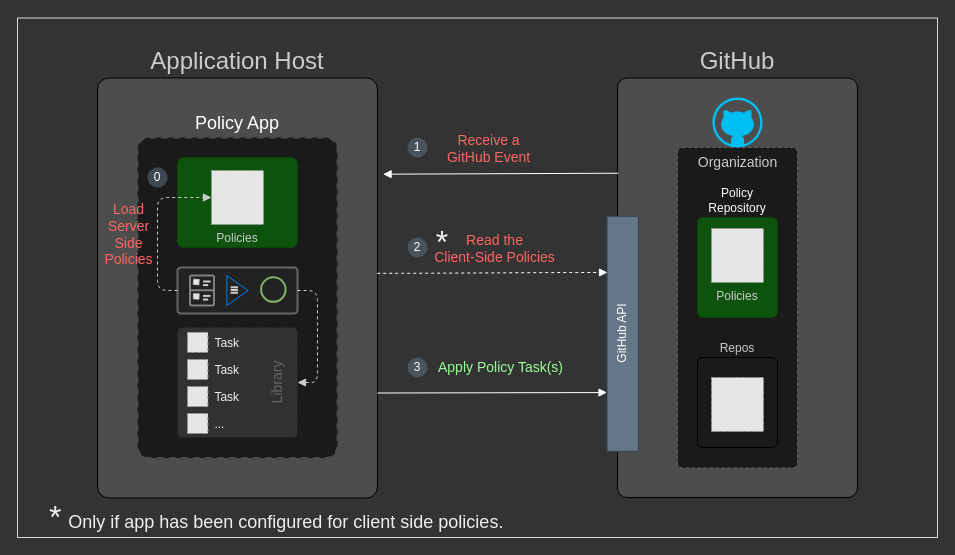
Before: docs/images/concept.drawio in jefeish/github-regulator, a draw.io diagram. Source tidied: cells renumbered, new cells numbered last; positions are measured from the earlier drawing's top-left corner, leaving out a move shared by most shapes. Both pictures are drawn from the tidied source at 100%, with x=0, y=0 at pixel (17, 17). Pictures stored in the file or linked from it are replaced by grey dashed boxes.
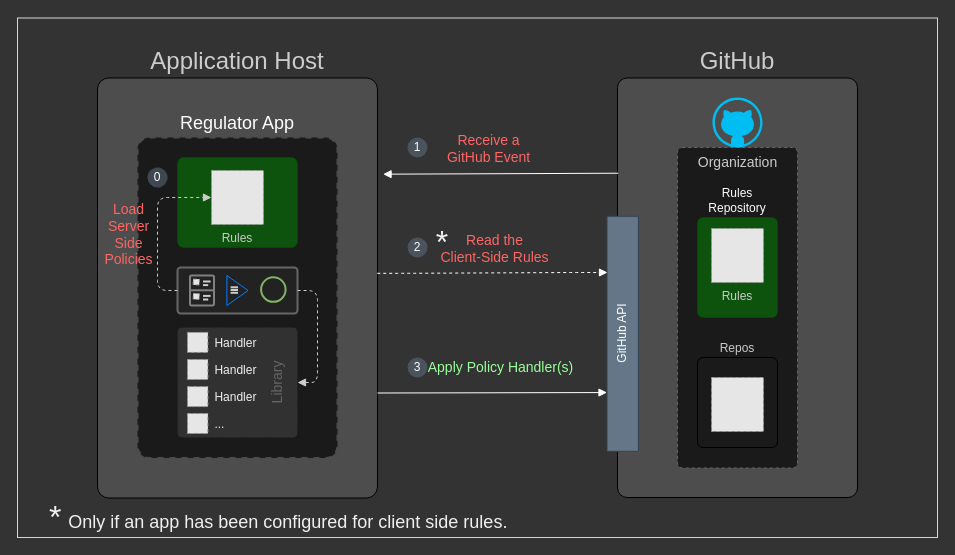
After the change.

Unchanged cells that the change refers to:
```xml
<mxCell id="11" style="html=1;labelBackgroundColor=none;fontColor=#FF6666;startArrow=none;startFill=0;endArrow=block;endFill=1;strokeColor=#FFFFFF;entryX=0.25;entryY=0;entryDx=0;entryDy=0;exitX=1;exitY=0.75;exitDx=0;exitDy=0;" parent="1" edge="1" source="3" target="44">
  <mxGeometry relative="1" as="geometry" />
</mxCell>
<mxCell id="31" style="group;" parent="1" vertex="1">
  <mxGeometry x="160" y="130" width="120" height="100" as="geometry" />
</mxCell>
<mxCell id="34" style="group;" parent="1" vertex="1">
  <mxGeometry x="170" y="314.9" width="20.3" height="80.2" as="geometry" />
</mxCell>
<mxCell id="48" style="group;" parent="1" vertex="1">
  <mxGeometry x="680" y="200" width="80" height="100" as="geometry" />
</mxCell>
<mxCell id="52" style="edgeStyle=entityRelationEdgeStyle;html=1;fontColor=#FF6666;startArrow=none;startFill=0;endArrow=block;endFill=1;strokeColor=#FFFFFF;exitX=0.999;exitY=0.465;exitDx=0;exitDy=0;exitPerimeter=0;dashed=1;" parent="1" edge="1" source="3">
  <mxGeometry relative="1" as="geometry">
    <mxPoint x="590" y="255" as="targetPoint" />
  </mxGeometry>
</mxCell>
```

What changed in the source:
```diff
@@
-    <mxCell id="4" value="Policy App" style="rounded=1;whiteSpace=wrap;html=1;arcSize=6;labelPosition=center;verticalLabelPosition=top;align=center;verticalAlign=bottom;dashed=1;fontSize=18;fontColor=#ffffff;strokeWidth=2;fillColor=#1A1A1A;strokeColor=#4D4D4D;" parent="1" vertex="1">
+    <mxCell id="4" value="Regulator App" style="rounded=1;whiteSpace=wrap;html=1;arcSize=6;labelPosition=center;verticalLabelPosition=top;align=center;verticalAlign=bottom;dashed=1;fontSize=18;fontColor=#ffffff;strokeWidth=2;fillColor=#1A1A1A;strokeColor=#4D4D4D;" parent="1" vertex="1">
       <mxGeometry x="120" y="120" width="200" height="320.5" as="geometry" />
     </mxCell>
@@
-    <mxCell id="12" value="&lt;font color=&quot;#99ff99&quot; style=&quot;font-size: 14px;&quot;&gt;Apply Policy Task(s)&lt;/font&gt;" style="edgeLabel;html=1;align=center;verticalAlign=middle;fontColor=#FF6666;labelBackgroundColor=none;fontSize=14;" parent="11" vertex="1">
+    <mxCell id="12" value="&lt;font color=&quot;#99ff99&quot; style=&quot;font-size: 14px;&quot;&gt;Apply Policy Handler(s)&lt;/font&gt;" style="edgeLabel;html=1;align=center;verticalAlign=middle;fontColor=#FF6666;labelBackgroundColor=none;fontSize=14;" parent="11" vertex="1">
       <mxGeometry x="0.11" y="-1" relative="1" as="geometry">
         <mxPoint x="-5" y="-27" as="offset" />
       </mxGeometry>
     </mxCell>
@@
-    <mxCell id="33" value="Policies" style="fillColor=#E6E6E6;strokeColor=#999999;dashed=1;verticalLabelPosition=bottom;labelBackgroundColor=none;verticalAlign=top;fontColor=#CCCCCC;" parent="31" vertex="1">
+    <mxCell id="33" value="Rules" style="fillColor=#E6E6E6;strokeColor=#999999;dashed=1;verticalLabelPosition=bottom;labelBackgroundColor=none;verticalAlign=top;fontColor=#CCCCCC;" parent="31" vertex="1">
       <mxGeometry x="34" y="23" width="52" height="54" as="geometry" />
     </mxCell>
@@
-    <mxCell id="35" value="Task" style="fillColor=#E6E6E6;strokeColor=#999999;dashed=1;verticalLabelPosition=middle;labelBackgroundColor=none;verticalAlign=middle;labelPosition=right;align=left;fontColor=#F0F0F0;spacingLeft=5;" parent="34" vertex="1">
+    <mxCell id="35" value="Handler" style="fillColor=#E6E6E6;strokeColor=#999999;dashed=1;verticalLabelPosition=middle;labelBackgroundColor=none;verticalAlign=middle;labelPosition=right;align=left;fontColor=#F0F0F0;spacingLeft=5;" parent="34" vertex="1">
       <mxGeometry width="20.4" height="20" as="geometry" />
     </mxCell>
-    <mxCell id="36" value="Task" style="fillColor=#E6E6E6;strokeColor=#999999;dashed=1;verticalLabelPosition=middle;labelBackgroundColor=none;verticalAlign=middle;labelPosition=right;align=left;fontColor=#F0F0F0;spacingLeft=5;" parent="34" vertex="1">
+    <mxCell id="36" value="Handler" style="fillColor=#E6E6E6;strokeColor=#999999;dashed=1;verticalLabelPosition=middle;labelBackgroundColor=none;verticalAlign=middle;labelPosition=right;align=left;fontColor=#F0F0F0;spacingLeft=5;" parent="34" vertex="1">
       <mxGeometry y="27.1" width="20.4" height="20" as="geometry" />
     </mxCell>
-    <mxCell id="37" value="Task" style="fillColor=#E6E6E6;strokeColor=#999999;dashed=1;verticalLabelPosition=middle;labelBackgroundColor=none;verticalAlign=middle;labelPosition=right;align=left;fontColor=#F0F0F0;spacingLeft=5;" parent="1" vertex="1">
+    <mxCell id="37" value="Handler" style="fillColor=#E6E6E6;strokeColor=#999999;dashed=1;verticalLabelPosition=middle;labelBackgroundColor=none;verticalAlign=middle;labelPosition=right;align=left;fontColor=#F0F0F0;spacingLeft=5;" parent="1" vertex="1">
       <mxGeometry x="170" y="369.1" width="20.4" height="20" as="geometry" />
     </mxCell>
@@
-    <mxCell id="49" value="Policy Repository" style="rounded=1;whiteSpace=wrap;html=1;arcSize=7;fillColor=#008a00;labelPosition=center;verticalLabelPosition=top;align=center;verticalAlign=bottom;fontColor=#ffffff;strokeColor=#005700;opacity=50;" parent="48" vertex="1">
+    <mxCell id="49" value="Rules Repository" style="rounded=1;whiteSpace=wrap;html=1;arcSize=7;fillColor=#008a00;labelPosition=center;verticalLabelPosition=top;align=center;verticalAlign=bottom;fontColor=#ffffff;strokeColor=#005700;opacity=50;" parent="48" vertex="1">
       <mxGeometry width="80" height="100" as="geometry" />
     </mxCell>
-    <mxCell id="50" value="Policies" style="fillColor=#E6E6E6;strokeColor=#999999;dashed=1;verticalLabelPosition=bottom;labelBackgroundColor=none;verticalAlign=top;fontColor=#CCCCCC;" parent="48" vertex="1">
+    <mxCell id="50" value="Rules" style="fillColor=#E6E6E6;strokeColor=#999999;dashed=1;verticalLabelPosition=bottom;labelBackgroundColor=none;verticalAlign=top;fontColor=#CCCCCC;" parent="48" vertex="1">
       <mxGeometry x="14" y="11" width="52" height="54" as="geometry" />
     </mxCell>
@@
-    <mxCell id="53" value="Read the &lt;br style=&quot;font-size: 14px;&quot;&gt;Client-Side Policies" style="edgeLabel;html=1;align=center;verticalAlign=middle;fontColor=#FF6666;labelBackgroundColor=none;fontSize=14;" parent="52" vertex="1">
+    <mxCell id="53" value="Read the &lt;br style=&quot;font-size: 14px;&quot;&gt;Client-Side Rules" style="edgeLabel;html=1;align=center;verticalAlign=middle;fontColor=#FF6666;labelBackgroundColor=none;fontSize=14;" parent="52" vertex="1">
       <mxGeometry x="-0.1" relative="1" as="geometry">
         <mxPoint x="13" y="-25" as="offset" />
       </mxGeometry>
     </mxCell>
@@
-    <mxCell id="57" value="&lt;font style=&quot;font-size: 32px&quot;&gt;*&lt;/font&gt; &lt;font style=&quot;font-size: 18px&quot;&gt;Only if app has been configured for client side policies.&lt;/font&gt;" style="text;html=1;strokeColor=none;fillColor=none;align=left;verticalAlign=middle;whiteSpace=wrap;rounded=0;labelBackgroundColor=none;fontSize=24;opacity=10;fontColor=#F0F0F0;" parent="1" vertex="1">
+    <mxCell id="57" value="&lt;font style=&quot;font-size: 32px&quot;&gt;*&lt;/font&gt; &lt;font style=&quot;font-size: 18px&quot;&gt;Only if an app has been configured for client side rules.&lt;/font&gt;" style="text;html=1;strokeColor=none;fillColor=none;align=left;verticalAlign=middle;whiteSpace=wrap;rounded=0;labelBackgroundColor=none;fontSize=24;opacity=10;fontColor=#F0F0F0;" parent="1" vertex="1">
       <mxGeometry x="30" y="490" width="500" height="20" as="geometry" />
     </mxCell>
```
